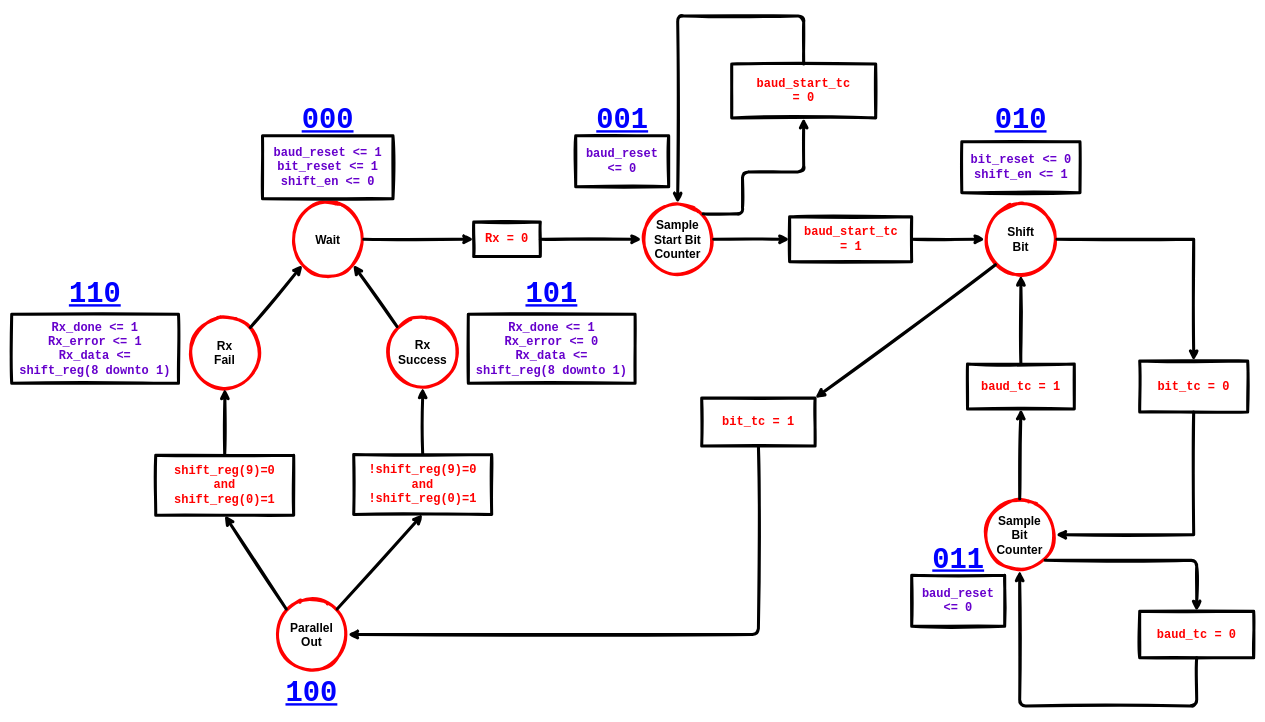
Before: diagrams/Receiver/Receiver State Machine.drawio in mubbie/es31-wordle, a draw.io diagram. Source tidied: cells renumbered, new cells numbered last; positions are measured from the earlier drawing's top-left corner, leaving out a move shared by most shapes. Both pictures are drawn from the tidied source at 60%, with x=0, y=0 at pixel (11, 16).
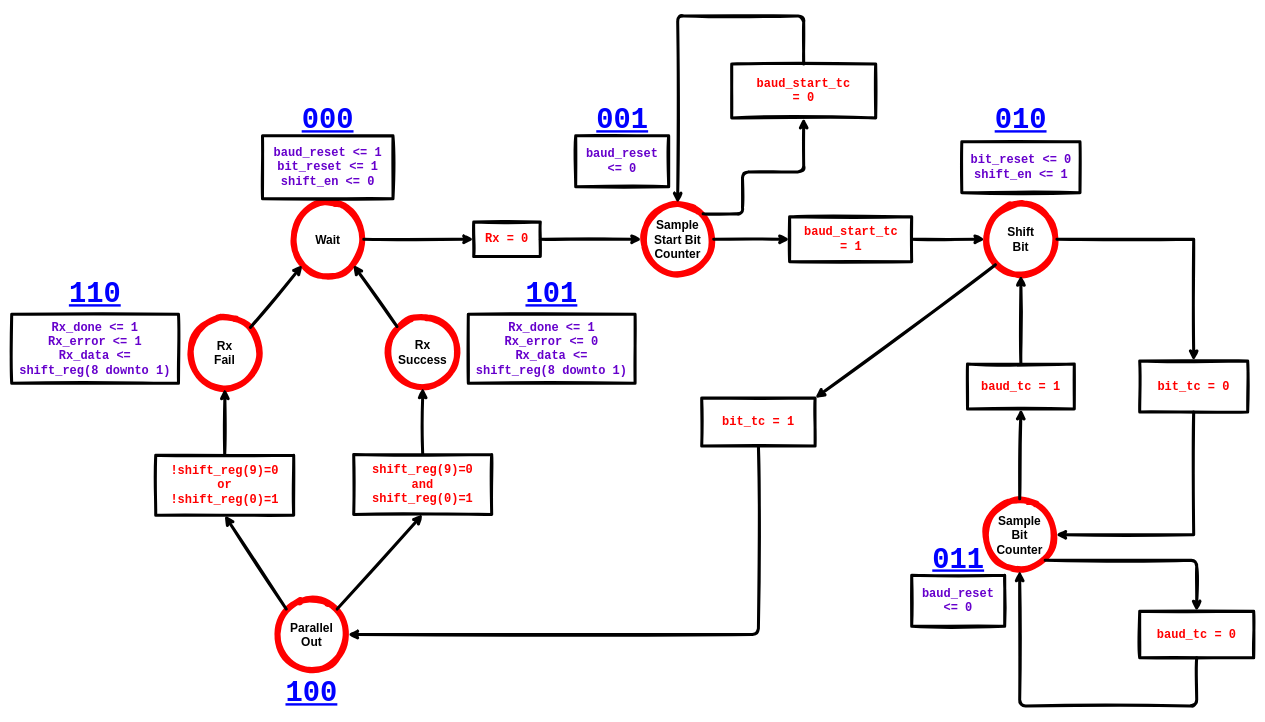
The same page after the edit.

The change refers to these unchanged cells:
```xml
<mxCell id="2" style="group;rounded=0;sketch=1;" parent="1" vertex="1">
  <mxGeometry x="466.8" y="312.3" width="120" height="120" as="geometry" />
</mxCell>
<mxCell id="5" style="group;rounded=0;sketch=1;" parent="1" vertex="1">
  <mxGeometry x="1050" y="312.3" width="120" height="120" as="geometry" />
</mxCell>
<mxCell id="8" style="group;rounded=0;sketch=1;" parent="1" vertex="1">
  <mxGeometry x="1622" y="312.3" width="120" height="120" as="geometry" />
</mxCell>
<mxCell id="11" style="group;rounded=0;sketch=1;" parent="1" vertex="1">
  <mxGeometry x="1620" y="804.8" width="120" height="120" as="geometry" />
</mxCell>
<mxCell id="14" style="group;rounded=0;sketch=1;" parent="1" vertex="1">
  <mxGeometry x="440" y="971" width="120" height="120" as="geometry" />
</mxCell>
<mxCell id="43" style="group;rounded=0;sketch=1;" parent="1" vertex="1">
  <mxGeometry x="625" y="499.8" width="120" height="120" as="geometry" />
</mxCell>
<mxCell id="46" style="group;rounded=0;sketch=1;" parent="1" vertex="1">
  <mxGeometry x="295" y="501.3" width="120" height="120" as="geometry" />
</mxCell>
```

Change to the diagram source:
```diff
@@
-    <mxCell id="3" style="ellipse;whiteSpace=wrap;html=1;rounded=0;strokeWidth=5;sketch=1;strokeColor=#FF0000;" parent="2" vertex="1">
+    <mxCell id="3" style="ellipse;whiteSpace=wrap;html=1;rounded=0;strokeWidth=10;sketch=1;strokeColor=#FF0000;" parent="2" vertex="1">
       <mxGeometry width="120" height="120" as="geometry" />
     </mxCell>
@@
-    <mxCell id="6" style="ellipse;whiteSpace=wrap;html=1;rounded=0;strokeWidth=5;sketch=1;strokeColor=#FF0000;" parent="5" vertex="1">
+    <mxCell id="6" style="ellipse;whiteSpace=wrap;html=1;rounded=0;strokeWidth=10;sketch=1;strokeColor=#FF0000;" parent="5" vertex="1">
       <mxGeometry width="120" height="120" as="geometry" />
     </mxCell>
@@
-    <mxCell id="9" style="ellipse;whiteSpace=wrap;html=1;rounded=0;strokeWidth=5;sketch=1;strokeColor=#FF0000;" parent="8" vertex="1">
+    <mxCell id="9" style="ellipse;whiteSpace=wrap;html=1;rounded=0;strokeWidth=10;sketch=1;strokeColor=#FF0000;" parent="8" vertex="1">
       <mxGeometry width="120" height="120" as="geometry" />
     </mxCell>
@@
-    <mxCell id="12" style="ellipse;whiteSpace=wrap;html=1;rounded=0;strokeWidth=5;sketch=1;strokeColor=#FF0000;" parent="11" vertex="1">
+    <mxCell id="12" style="ellipse;whiteSpace=wrap;html=1;rounded=0;strokeWidth=10;sketch=1;strokeColor=#FF0000;" parent="11" vertex="1">
       <mxGeometry width="120" height="120" as="geometry" />
     </mxCell>
@@
-    <mxCell id="15" style="ellipse;whiteSpace=wrap;html=1;rounded=0;strokeWidth=5;sketch=1;strokeColor=#FF0000;" parent="14" vertex="1">
+    <mxCell id="15" style="ellipse;whiteSpace=wrap;html=1;rounded=0;strokeWidth=10;sketch=1;strokeColor=#FF0000;" parent="14" vertex="1">
       <mxGeometry width="120" height="120" as="geometry" />
     </mxCell>
@@
-    <mxCell id="44" style="ellipse;whiteSpace=wrap;html=1;rounded=0;strokeWidth=5;sketch=1;strokeColor=#FF0000;" parent="43" vertex="1">
+    <mxCell id="44" style="ellipse;whiteSpace=wrap;html=1;rounded=0;strokeWidth=10;sketch=1;strokeColor=#FF0000;" parent="43" vertex="1">
       <mxGeometry width="120" height="120" as="geometry" />
     </mxCell>
@@
-    <mxCell id="47" style="ellipse;whiteSpace=wrap;html=1;rounded=0;strokeWidth=5;sketch=1;strokeColor=#FF0000;" parent="46" vertex="1">
+    <mxCell id="47" style="ellipse;whiteSpace=wrap;html=1;rounded=0;strokeWidth=10;sketch=1;strokeColor=#FF0000;" parent="46" vertex="1">
       <mxGeometry width="120" height="120" as="geometry" />
     </mxCell>
@@
-    <mxCell id="51" value="&lt;font style=&quot;font-size: 20px;&quot; face=&quot;Courier New&quot;&gt;&lt;b style=&quot;&quot;&gt;!shift_reg(9)=0&lt;br&gt;and&lt;br&gt;!shift_reg(0)=1&lt;br&gt;&lt;/b&gt;&lt;/font&gt;" style="text;html=1;strokeColor=default;fillColor=none;align=center;verticalAlign=middle;whiteSpace=wrap;rounded=0;fontColor=#FF0000;strokeWidth=5;sketch=1;" parent="1" vertex="1">
+    <mxCell id="51" value="&lt;font style=&quot;font-size: 20px;&quot; face=&quot;Courier New&quot;&gt;&lt;b style=&quot;&quot;&gt;shift_reg(9)=0&lt;br&gt;and&lt;br&gt;shift_reg(0)=1&lt;br&gt;&lt;/b&gt;&lt;/font&gt;" style="text;html=1;strokeColor=default;fillColor=none;align=center;verticalAlign=middle;whiteSpace=wrap;rounded=0;fontColor=#FF0000;strokeWidth=5;sketch=1;" parent="1" vertex="1">
       <mxGeometry x="570" y="730.8" width="230" height="100" as="geometry" />
     </mxCell>
@@
-    <mxCell id="54" value="&lt;font style=&quot;font-size: 20px;&quot; face=&quot;Courier New&quot;&gt;&lt;b style=&quot;&quot;&gt;shift_reg(9)=0&lt;br&gt;and&lt;br&gt;shift_reg(0)=1&lt;br&gt;&lt;/b&gt;&lt;/font&gt;" style="text;html=1;strokeColor=default;fillColor=none;align=center;verticalAlign=middle;whiteSpace=wrap;rounded=0;fontColor=#FF0000;strokeWidth=5;sketch=1;" parent="1" vertex="1">
+    <mxCell id="54" value="&lt;font style=&quot;font-size: 20px;&quot; face=&quot;Courier New&quot;&gt;&lt;b style=&quot;&quot;&gt;!shift_reg(9)=0&lt;br&gt;or&lt;br&gt;!shift_reg(0)=1&lt;br&gt;&lt;/b&gt;&lt;/font&gt;" style="text;html=1;strokeColor=default;fillColor=none;align=center;verticalAlign=middle;whiteSpace=wrap;rounded=0;fontColor=#FF0000;strokeWidth=5;sketch=1;" parent="1" vertex="1">
       <mxGeometry x="240" y="732.3" width="230" height="100" as="geometry" />
     </mxCell>
```
